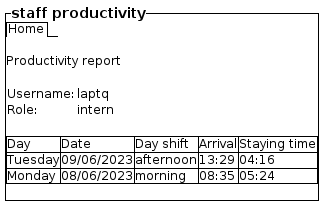
LapTQ/MCT keeps this PlantUML diagram as docs/UML/Prototype/staff-productivity.png. Above is the earlier version. Its diagram source:
```plantuml
@startsalt

{^==staff productivity
    {/ Home }

    .
    Productivity report
    .
    {
        Username: | laptq
        Role: | intern
    }
    .
    {#
        Day | Date | Day shift | Arrival | Staying time
        Tuesday | 09/06/2023 | afternoon | 13:29 | 04:16
        Monday | 08/06/2023 | morning | 08:35 | 05:24
    }
    .
}

@endsalt
```
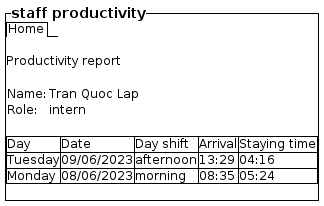
After the change.

Change to the diagram source:
```diff
@@ -7,7 +7,7 @@
     Productivity report
     .
     {
-        Username: | laptq
+        Name: | Tran Quoc Lap
         Role: | intern
     }
     .
```
